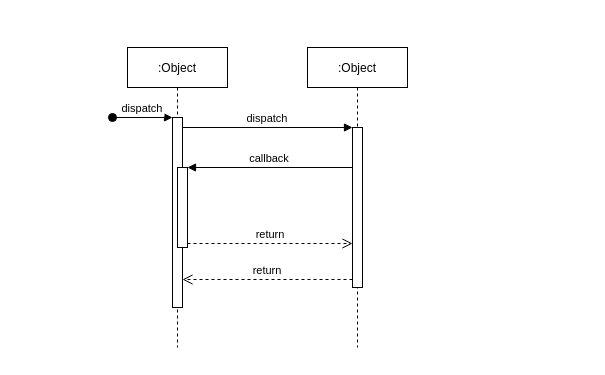
willdonlan8/test keeps this draw.io diagram as SequenceStorage.drawio. Above is the earlier version. Source tidied: cells renumbered, new cells numbered last; positions are measured from the earlier drawing's top-left corner, leaving out a move shared by most shapes. Both pictures are drawn from the tidied source at 100%, with x=0, y=0 at pixel (112, 47).
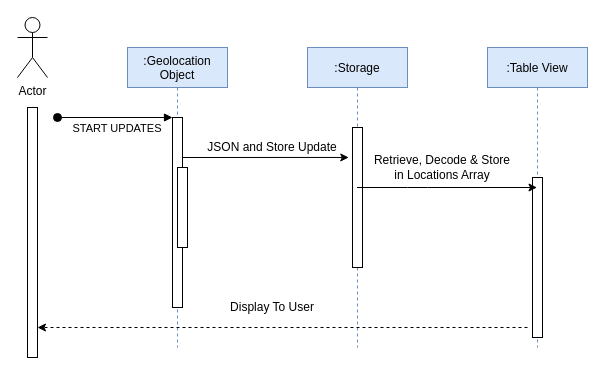
After the change.

Unchanged cells that the change refers to:
```xml
<mxCell id="3" style="points=[];perimeter=orthogonalPerimeter;rounded=0;shadow=0;strokeWidth=1;" parent="2" vertex="1">
  <mxGeometry x="45" y="70" width="10" height="190" as="geometry" />
</mxCell>
<mxCell id="5" style="points=[];perimeter=orthogonalPerimeter;rounded=0;shadow=0;strokeWidth=1;" parent="2" vertex="1">
  <mxGeometry x="50" y="120" width="10" height="80" as="geometry" />
</mxCell>
```

The edit, as a diff of the source:
```diff
@@
-    <mxCell id="2" value=":Object" style="shape=umlLifeline;perimeter=lifelinePerimeter;rounded=0;shadow=0;strokeWidth=1;" parent="1" vertex="1">
+    <mxCell id="2" value=":Geolocation &#10;Object" style="shape=umlLifeline;perimeter=lifelinePerimeter;rounded=0;shadow=0;strokeWidth=1;fillColor=#dae8fc;strokeColor=#6c8ebf;" parent="1" vertex="1">
       <mxGeometry x="15" width="100" height="300" as="geometry" />
     </mxCell>
@@
-    <mxCell id="4" value="dispatch" style="verticalAlign=bottom;startArrow=oval;endArrow=block;startSize=8;shadow=0;strokeWidth=1;" parent="2" edge="1" target="3">
-      <mxGeometry relative="1" as="geometry">
-        <mxPoint x="-15" y="70" as="sourcePoint" />
+    <mxCell id="4" value="START UPDATES" style="verticalAlign=bottom;startArrow=oval;endArrow=block;startSize=8;shadow=0;strokeWidth=1;" parent="2" edge="1" target="3">
+      <mxGeometry x="0.04" y="-20" relative="1" as="geometry">
+        <mxPoint x="-70" y="70" as="sourcePoint" />
       </mxGeometry>
     </mxCell>
@@
+    <mxCell id="12" style="endArrow=classic;html=1;entryX=-0.375;entryY=0.214;entryDx=0;entryDy=0;entryPerimeter=0;" parent="2" edge="1" target="7">
+      <mxGeometry relative="1" as="geometry">
+        <mxPoint x="55" y="110" as="sourcePoint" />
+      </mxGeometry>
+    </mxCell>
-    <mxCell id="6" value=":Object" style="shape=umlLifeline;perimeter=lifelinePerimeter;rounded=0;shadow=0;strokeWidth=1;" parent="1" vertex="1">
+    <mxCell id="6" value=":Storage" style="shape=umlLifeline;perimeter=lifelinePerimeter;rounded=0;shadow=0;strokeWidth=1;fillColor=#dae8fc;strokeColor=#6c8ebf;" parent="1" vertex="1">
       <mxGeometry x="195" width="100" height="300" as="geometry" />
     </mxCell>
     <mxCell id="7" style="points=[];perimeter=orthogonalPerimeter;rounded=0;shadow=0;strokeWidth=1;" parent="6" vertex="1">
-      <mxGeometry x="45" y="80" width="10" height="160" as="geometry" />
+      <mxGeometry x="45" y="80" width="10" height="140" as="geometry" />
     </mxCell>
-    <mxCell id="8" value="return" style="verticalAlign=bottom;endArrow=open;dashed=1;endSize=8;exitX=0;exitY=0.95;shadow=0;strokeWidth=1;" parent="1" edge="1" source="7" target="3">
-      <mxGeometry relative="1" as="geometry" />
-    </mxCell>
-    <mxCell id="9" value="dispatch" style="verticalAlign=bottom;endArrow=block;entryX=0;entryY=0;shadow=0;strokeWidth=1;" parent="1" edge="1" source="3" target="7">
-      <mxGeometry relative="1" as="geometry" />
-    </mxCell>
-    <mxCell id="10" value="callback" style="verticalAlign=bottom;endArrow=block;entryX=1;entryY=0;shadow=0;strokeWidth=1;" parent="1" edge="1" source="7" target="5">
-      <mxGeometry relative="1" as="geometry" />
-    </mxCell>
-    <mxCell id="11" value="return" style="verticalAlign=bottom;endArrow=open;dashed=1;endSize=8;exitX=1;exitY=0.95;shadow=0;strokeWidth=1;" parent="1" edge="1" source="5" target="7">
-      <mxGeometry relative="1" as="geometry" />
-    </mxCell>
+    <mxCell id="13" value=":Table View" style="shape=umlLifeline;perimeter=lifelinePerimeter;rounded=0;shadow=0;strokeWidth=1;fillColor=#dae8fc;strokeColor=#6c8ebf;" parent="1" vertex="1">
+      <mxGeometry x="375" width="100" height="300" as="geometry" />
+    </mxCell>
+    <mxCell id="14" style="perimeter=orthogonalPerimeter;rounded=0;shadow=0;strokeWidth=1;" parent="13" vertex="1">
+      <mxGeometry x="45" y="130" width="10" height="160" as="geometry" />
+    </mxCell>
+    <mxCell id="15" value="Actor" style="shape=umlActor;verticalLabelPosition=bottom;verticalAlign=top;html=1;" parent="1" vertex="1">
+      <mxGeometry x="-95" y="-30" width="30" height="60" as="geometry" />
+    </mxCell>
+    <mxCell id="16" style="perimeter=orthogonalPerimeter;rounded=0;shadow=0;strokeWidth=1;" parent="1" vertex="1">
+      <mxGeometry x="-85" y="60" width="10" height="250" as="geometry" />
+    </mxCell>
+    <mxCell id="17" value="JSON and Store Update" style="text;html=1;strokeColor=none;fillColor=none;align=center;verticalAlign=middle;whiteSpace=wrap;rounded=0;" parent="1" vertex="1">
+      <mxGeometry x="85" y="90" width="150" height="20" as="geometry" />
+    </mxCell>
+    <mxCell id="18" style="endArrow=classic;html=1;" parent="1" edge="1" source="6" target="13">
+      <mxGeometry relative="1" as="geometry">
+        <Array as="points">
+          <mxPoint x="305" y="140" />
+        </Array>
+      </mxGeometry>
+    </mxCell>
+    <mxCell id="19" value="Retrieve, Decode &amp;amp; Store&lt;br&gt;in Locations Array" style="text;html=1;strokeColor=none;fillColor=none;align=center;verticalAlign=middle;whiteSpace=wrap;rounded=0;" parent="1" vertex="1">
+      <mxGeometry x="255" y="110" width="150" height="20" as="geometry" />
+    </mxCell>
+    <mxCell id="20" style="endArrow=classic;html=1;dashed=1;" parent="1" edge="1">
+      <mxGeometry relative="1" as="geometry">
+        <mxPoint x="415" y="280" as="sourcePoint" />
+        <mxPoint x="-75" y="280" as="targetPoint" />
+      </mxGeometry>
+    </mxCell>
+    <mxCell id="21" value="Display To User" style="text;html=1;strokeColor=none;fillColor=none;align=center;verticalAlign=middle;whiteSpace=wrap;rounded=0;" parent="1" vertex="1">
+      <mxGeometry x="85" y="250" width="150" height="20" as="geometry" />
+    </mxCell>
```
